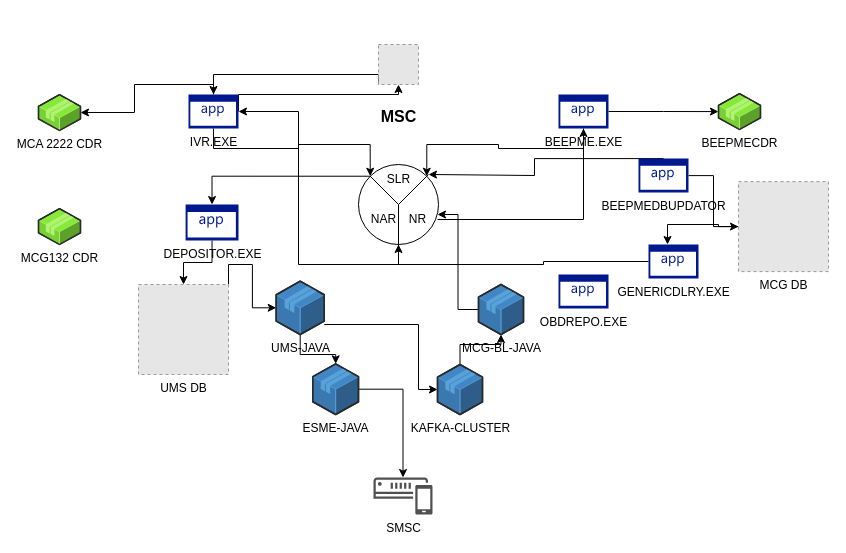
The draw.io diagram Untitled Diagram.drawio in sathwikraj19/udemy, before the edit. Source tidied: cells renumbered, new cells numbered last; positions are measured from the earlier drawing's top-left corner, leaving out a move shared by most shapes. Both pictures are drawn from the tidied source at 100%, with x=0, y=0 at pixel (38, 44). Pictures stored in the file or linked from it are replaced by grey dashed boxes.
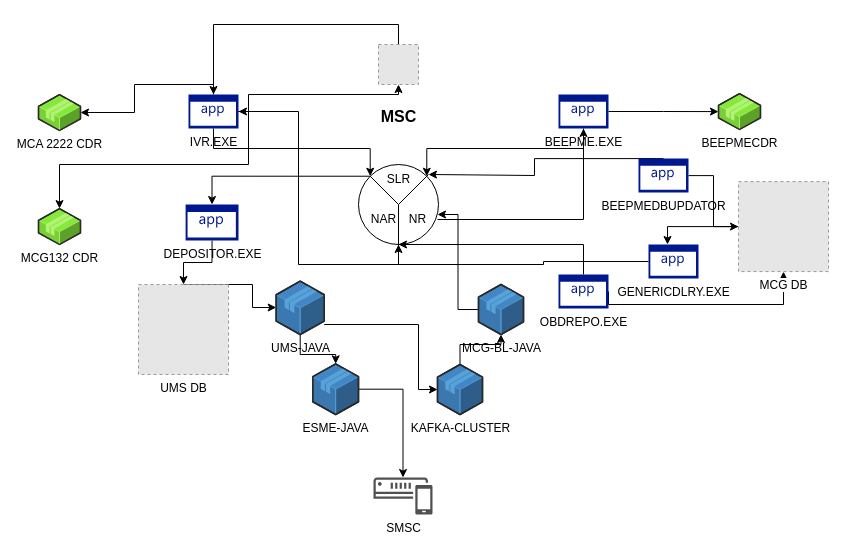
After the change.

Unchanged cells that the change refers to:
```xml
<mxCell id="3" value="&lt;h3 style=&quot;font-size: 16px;&quot;&gt;MSC&lt;/h3&gt;" style="fillColor=#E6E6E6;strokeColor=#999999;dashed=1;html=1;verticalAlign=top;verticalLabelPosition=bottom;labelBackgroundColor=#ffffff;fontFamily=Helvetica;fontStyle=1;fontSize=16;" parent="1" vertex="1">
  <mxGeometry x="340" width="40" height="40" as="geometry" />
</mxCell>
<mxCell id="7" style="ellipse;whiteSpace=wrap;html=1;" parent="1" vertex="1">
  <mxGeometry x="320" y="120" width="80" height="80" as="geometry" />
</mxCell>
<mxCell id="15" value="MCG132 CDR" style="verticalLabelPosition=bottom;html=1;verticalAlign=top;strokeWidth=1;align=center;outlineConnect=0;dashed=0;outlineConnect=0;shape=mxgraph.aws3d.application2;fillColor=#86E83A;strokeColor=#B0F373;" parent="1" vertex="1">
  <mxGeometry y="164.1" width="42" height="35.9" as="geometry" />
</mxCell>
<mxCell id="18" value="UMS-JAVA" style="verticalLabelPosition=bottom;html=1;verticalAlign=top;strokeWidth=1;align=center;outlineConnect=0;dashed=0;outlineConnect=0;shape=mxgraph.aws3d.application;fillColor=#4286c5;strokeColor=#57A2D8;" parent="1" vertex="1">
  <mxGeometry x="237.7" y="236.7" width="48" height="53.3" as="geometry" />
</mxCell>
<mxCell id="29" value="GENERICDLRY.EXE" style="sketch=0;shadow=0;dashed=0;html=1;strokeColor=none;labelPosition=center;verticalLabelPosition=bottom;verticalAlign=top;align=center;fillColor=#00188D;shape=mxgraph.mscae.enterprise.application;" parent="1" vertex="1">
  <mxGeometry x="610" y="200" width="50" height="34" as="geometry" />
</mxCell>
<mxCell id="30" value="OBDREPO.EXE" style="sketch=0;shadow=0;dashed=0;html=1;strokeColor=none;labelPosition=center;verticalLabelPosition=bottom;verticalAlign=top;align=center;fillColor=#00188D;shape=mxgraph.mscae.enterprise.application;" parent="1" vertex="1">
  <mxGeometry x="520" y="230" width="50" height="34" as="geometry" />
</mxCell>
<mxCell id="33" value="BEEPME.EXE" style="sketch=0;shadow=0;dashed=0;html=1;strokeColor=none;labelPosition=center;verticalLabelPosition=bottom;verticalAlign=top;align=center;fillColor=#00188D;shape=mxgraph.mscae.enterprise.application;" parent="1" vertex="1">
  <mxGeometry x="520" y="50" width="50" height="34" as="geometry" />
</mxCell>
<mxCell id="37" value="IVR.EXE" style="sketch=0;shadow=0;dashed=0;html=1;strokeColor=none;labelPosition=center;verticalLabelPosition=bottom;verticalAlign=top;align=center;fillColor=#00188D;shape=mxgraph.mscae.enterprise.application;" parent="1" vertex="1">
  <mxGeometry x="150" y="50" width="50" height="34" as="geometry" />
</mxCell>
<mxCell id="44" value="UMS DB" style="fillColor=#E6E6E6;strokeColor=#999999;dashed=1;html=1;verticalAlign=top;verticalLabelPosition=bottom;labelBackgroundColor=#ffffff;" parent="1" vertex="1">
  <mxGeometry x="100" y="240" width="90" height="90" as="geometry" />
</mxCell>
<mxCell id="46" value="MCG DB" style="fillColor=#E6E6E6;strokeColor=#999999;dashed=1;html=1;verticalAlign=top;verticalLabelPosition=bottom;labelBackgroundColor=#ffffff;" parent="1" vertex="1">
  <mxGeometry x="700" y="137.1" width="90" height="90" as="geometry" />
</mxCell>
```

What changed in the source:
```diff
@@
-    <mxCell id="2" style="edgeStyle=orthogonalEdgeStyle;rounded=0;jettySize=auto;html=1;exitX=0;exitY=1;exitDx=0;exitDy=0;entryX=0.5;entryY=0;entryDx=0;entryDy=0;entryPerimeter=0;" parent="1" edge="1" source="3" target="37">
-      <mxGeometry relative="1" as="geometry">
-        <Array as="points">
-          <mxPoint x="340" y="30" />
-          <mxPoint x="175" y="30" />
-        </Array>
-      </mxGeometry>
+    <mxCell id="2" style="edgeStyle=orthogonalEdgeStyle;rounded=0;jettySize=auto;html=1;exitX=0.5;exitY=0;exitDx=0;exitDy=0;entryX=0.5;entryY=0;entryDx=0;entryDy=0;entryPerimeter=0;" parent="1" edge="1" source="3" target="37">
+      <mxGeometry relative="1" as="geometry" />
     </mxCell>
@@
+    <mxCell id="48" style="edgeStyle=orthogonalEdgeStyle;rounded=0;jettySize=auto;html=1;exitX=1;exitY=0.5;exitDx=0;exitDy=0;exitPerimeter=0;" parent="1" edge="1" source="30" target="46">
+      <mxGeometry relative="1" as="geometry">
+        <Array as="points">
+          <mxPoint x="570" y="260" />
+          <mxPoint x="745" y="260" />
+        </Array>
+      </mxGeometry>
+    </mxCell>
+    <mxCell id="49" style="edgeStyle=orthogonalEdgeStyle;rounded=0;jettySize=auto;html=1;exitX=0.5;exitY=0;exitDx=0;exitDy=0;exitPerimeter=0;entryX=0.5;entryY=1;entryDx=0;entryDy=0;" parent="1" edge="1" source="30" target="7">
+      <mxGeometry relative="1" as="geometry">
+        <Array as="points">
+          <mxPoint x="545" y="200" />
+        </Array>
+      </mxGeometry>
+    </mxCell>
@@
     <mxCell id="31" style="edgeStyle=orthogonalEdgeStyle;rounded=0;jettySize=auto;html=1;exitX=0.5;exitY=1;exitDx=0;exitDy=0;exitPerimeter=0;entryX=1;entryY=0;entryDx=0;entryDy=0;" parent="1" edge="1" source="33" target="7">
-      <mxGeometry relative="1" as="geometry" />
+      <mxGeometry relative="1" as="geometry">
+        <Array as="points">
+          <mxPoint x="545" y="104" />
+          <mxPoint x="388" y="104" />
+        </Array>
+      </mxGeometry>
     </mxCell>
@@
     <mxCell id="34" style="edgeStyle=orthogonalEdgeStyle;rounded=0;jettySize=auto;html=1;exitX=0.5;exitY=1;exitDx=0;exitDy=0;exitPerimeter=0;entryX=0;entryY=0;entryDx=0;entryDy=0;" parent="1" edge="1" source="37" target="7">
-      <mxGeometry relative="1" as="geometry" />
+      <mxGeometry relative="1" as="geometry">
+        <Array as="points">
+          <mxPoint x="175" y="104" />
+          <mxPoint x="332" y="104" />
+        </Array>
+      </mxGeometry>
     </mxCell>
@@
     <mxCell id="36" style="edgeStyle=orthogonalEdgeStyle;rounded=0;jettySize=auto;html=1;exitX=1;exitY=0.5;exitDx=0;exitDy=0;exitPerimeter=0;" parent="1" edge="1" source="37" target="3">
       <mxGeometry relative="1" as="geometry">
         <Array as="points">
-          <mxPoint x="200" y="50" />
+          <mxPoint x="210" y="67" />
+          <mxPoint x="210" y="50" />
           <mxPoint x="360" y="50" />
         </Array>
       </mxGeometry>
     </mxCell>
+    <mxCell id="50" style="edgeStyle=orthogonalEdgeStyle;rounded=0;jettySize=auto;html=1;exitX=1;exitY=0.5;exitDx=0;exitDy=0;exitPerimeter=0;" parent="1" edge="1" source="37" target="15">
+      <mxGeometry relative="1" as="geometry">
+        <Array as="points">
+          <mxPoint x="210" y="67" />
+          <mxPoint x="210" y="120" />
+          <mxPoint x="21" y="120" />
+        </Array>
+      </mxGeometry>
+    </mxCell>
@@
-    <mxCell id="43" style="edgeStyle=orthogonalEdgeStyle;rounded=0;jettySize=auto;html=1;exitX=1;exitY=0;exitDx=0;exitDy=0;" parent="1" edge="1" source="44" target="18">
-      <mxGeometry relative="1" as="geometry" />
+    <mxCell id="43" style="edgeStyle=orthogonalEdgeStyle;rounded=0;jettySize=auto;html=1;exitX=0.5;exitY=0;exitDx=0;exitDy=0;" parent="1" edge="1" source="44" target="18">
+      <mxGeometry relative="1" as="geometry">
+        <Array as="points">
+          <mxPoint x="214" y="240" />
+          <mxPoint x="214" y="263" />
+        </Array>
+      </mxGeometry>
     </mxCell>
@@
     <mxCell id="45" style="edgeStyle=orthogonalEdgeStyle;rounded=0;jettySize=auto;html=1;entryX=0.38;entryY=0;entryDx=0;entryDy=0;entryPerimeter=0;" parent="1" edge="1" source="46" target="29">
-      <mxGeometry relative="1" as="geometry" />
+      <mxGeometry relative="1" as="geometry">
+        <Array as="points">
+          <mxPoint x="629" y="182" />
+        </Array>
+      </mxGeometry>
     </mxCell>
```
